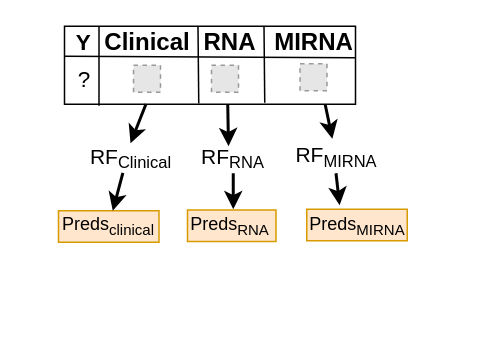
Above: docs/Graphics/chapter2/Block_Wise_RF_Pred_Example.drawio in rollator3000/MS_omics (draw.io), before the change. Source tidied: cells renumbered, new cells numbered last; positions are measured from the earlier drawing's top-left corner, leaving out a move shared by most shapes. Both pictures are drawn from the tidied source at 150%, with x=0, y=0 at pixel (52, 26). Pictures stored in the file or linked from it are replaced by grey dashed boxes.
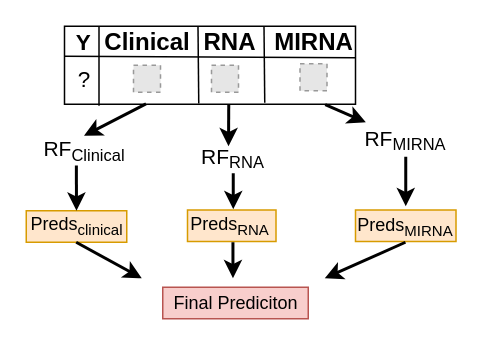
After the change.

The change refers to these unchanged cells:
```xml
<mxCell id="5" style="rounded=0;whiteSpace=wrap;html=1;" parent="1" vertex="1">
  <mxGeometry x="7.5" width="194" height="52" as="geometry" />
</mxCell>
<mxCell id="20" value="&lt;font&gt;&lt;span style=&quot;font-size: 14px&quot;&gt;RF&lt;/span&gt;&lt;sub&gt;&lt;font style=&quot;font-size: 11px&quot;&gt;RNA&lt;/font&gt;&lt;/sub&gt;&lt;/font&gt;" style="text;html=1;strokeColor=none;fillColor=none;align=center;verticalAlign=middle;whiteSpace=wrap;rounded=0;" parent="1" vertex="1">
  <mxGeometry x="100" y="78" width="40" height="20" as="geometry" />
</mxCell>
```

Change to the diagram source:
```diff
@@
     <mxCell id="2" style="rounded=0;whiteSpace=wrap;html=1;fillColor=#ffe6cc;strokeColor=#d79b00;" parent="1" vertex="1">
-      <mxGeometry x="169" y="122" width="67" height="21" as="geometry" />
+      <mxGeometry x="201.5" y="122.5" width="67" height="21" as="geometry" />
     </mxCell>
@@
     <mxCell id="4" style="rounded=0;whiteSpace=wrap;html=1;fillColor=#ffe6cc;strokeColor=#d79b00;" parent="1" vertex="1">
-      <mxGeometry x="3.5" y="123" width="67" height="21" as="geometry" />
+      <mxGeometry x="-18" y="123" width="67" height="21" as="geometry" />
     </mxCell>
@@
     <mxCell id="18" value="&lt;font&gt;&lt;span style=&quot;font-size: 14px&quot;&gt;RF&lt;/span&gt;&lt;sub&gt;&lt;font style=&quot;font-size: 11px&quot;&gt;Clinical&lt;/font&gt;&lt;/sub&gt;&lt;/font&gt;" style="text;html=1;strokeColor=none;fillColor=none;align=center;verticalAlign=middle;whiteSpace=wrap;rounded=0;" parent="1" vertex="1">
-      <mxGeometry x="31.5" y="78" width="40" height="20" as="geometry" />
+      <mxGeometry x="0.5" y="73" width="40" height="20" as="geometry" />
     </mxCell>
     <mxCell id="19" value="&lt;font style=&quot;font-size: 14px&quot;&gt;RF&lt;/font&gt;&lt;sub&gt;&lt;font style=&quot;font-size: 11px&quot;&gt;MIRNA&lt;/font&gt;&lt;/sub&gt;" style="text;html=1;strokeColor=none;fillColor=none;align=center;verticalAlign=middle;whiteSpace=wrap;rounded=0;" parent="1" vertex="1">
-      <mxGeometry x="159.5" y="75" width="58" height="23" as="geometry" />
+      <mxGeometry x="206" y="64" width="58" height="23" as="geometry" />
     </mxCell>
@@
     <mxCell id="21" value="&lt;span style=&quot;font-size: 12px&quot;&gt;Preds&lt;/span&gt;&lt;sub&gt;clinical&lt;/sub&gt;" style="text;html=1;strokeColor=none;fillColor=none;align=center;verticalAlign=middle;whiteSpace=wrap;rounded=0;" parent="1" vertex="1">
-      <mxGeometry x="17" y="123" width="40" height="20" as="geometry" />
+      <mxGeometry x="-4.5" y="123" width="40" height="20" as="geometry" />
     </mxCell>
@@
     <mxCell id="23" value="&lt;span style=&quot;font-size: 12px&quot;&gt;Preds&lt;/span&gt;&lt;sub&gt;MIRNA&lt;/sub&gt;" style="text;html=1;strokeColor=none;fillColor=none;align=center;verticalAlign=middle;whiteSpace=wrap;rounded=0;" parent="1" vertex="1">
-      <mxGeometry x="183" y="123" width="40" height="20" as="geometry" />
+      <mxGeometry x="215" y="123.5" width="40" height="20" as="geometry" />
     </mxCell>
@@
-    <mxCell id="25" style="endArrow=classic;html=1;shadow=0;strokeWidth=2;exitX=0.561;exitY=1.006;exitDx=0;exitDy=0;exitPerimeter=0;entryX=0.421;entryY=0.1;entryDx=0;entryDy=0;entryPerimeter=0;" parent="1" edge="1" source="5" target="20">
-      <mxGeometry relative="1" as="geometry" />
+    <mxCell id="25" style="endArrow=classic;html=1;shadow=0;strokeWidth=2;entryX=0.421;entryY=0.1;entryDx=0;entryDy=0;entryPerimeter=0;" parent="1" edge="1" target="20">
+      <mxGeometry relative="1" as="geometry">
+        <mxPoint x="117" y="52" as="sourcePoint" />
+      </mxGeometry>
     </mxCell>
@@
-    <mxCell id="29" style="endArrow=classic;html=1;shadow=0;strokeWidth=2;exitX=0.5;exitY=1;exitDx=0;exitDy=0;entryX=0.327;entryY=-0.128;entryDx=0;entryDy=0;entryPerimeter=0;" parent="1" edge="1" source="19" target="2">
-      <mxGeometry relative="1" as="geometry" />
+    <mxCell id="29" style="endArrow=classic;html=1;shadow=0;strokeWidth=2;exitX=0.5;exitY=1;exitDx=0;exitDy=0;" parent="1" edge="1" source="19">
+      <mxGeometry relative="1" as="geometry">
+        <mxPoint x="235" y="120" as="targetPoint" />
+      </mxGeometry>
     </mxCell>
+    <mxCell id="30" style="endArrow=classic;html=1;shadow=0;strokeWidth=2;exitX=0.373;exitY=0.99;exitDx=0;exitDy=0;exitPerimeter=0;" parent="1" edge="1">
+      <mxGeometry relative="1" as="geometry">
+        <mxPoint x="15.3" y="144" as="sourcePoint" />
+        <mxPoint x="59" y="168" as="targetPoint" />
+      </mxGeometry>
+    </mxCell>
+    <mxCell id="31" style="endArrow=classic;html=1;shadow=0;strokeWidth=2;exitX=0.5;exitY=1;exitDx=0;exitDy=0;" parent="1" edge="1">
+      <mxGeometry relative="1" as="geometry">
+        <mxPoint x="119.8" y="144" as="sourcePoint" />
+        <mxPoint x="119.8" y="168" as="targetPoint" />
+      </mxGeometry>
+    </mxCell>
+    <mxCell id="32" style="endArrow=classic;html=1;shadow=0;strokeWidth=2;exitX=0.5;exitY=1;exitDx=0;exitDy=0;" parent="1" edge="1">
+      <mxGeometry relative="1" as="geometry">
+        <mxPoint x="234.8" y="144" as="sourcePoint" />
+        <mxPoint x="181" y="168" as="targetPoint" />
+      </mxGeometry>
+    </mxCell>
+    <mxCell id="33" style="rounded=0;whiteSpace=wrap;html=1;fillColor=#f8cecc;strokeColor=#b85450;" parent="1" vertex="1">
+      <mxGeometry x="73" y="174" width="97" height="21" as="geometry" />
+    </mxCell>
+    <mxCell id="34" value="Final Prediciton" style="text;html=1;strokeColor=none;fillColor=none;align=center;verticalAlign=middle;whiteSpace=wrap;rounded=0;" parent="1" vertex="1">
+      <mxGeometry x="79" y="174.5" width="85.5" height="20" as="geometry" />
+    </mxCell>
```
